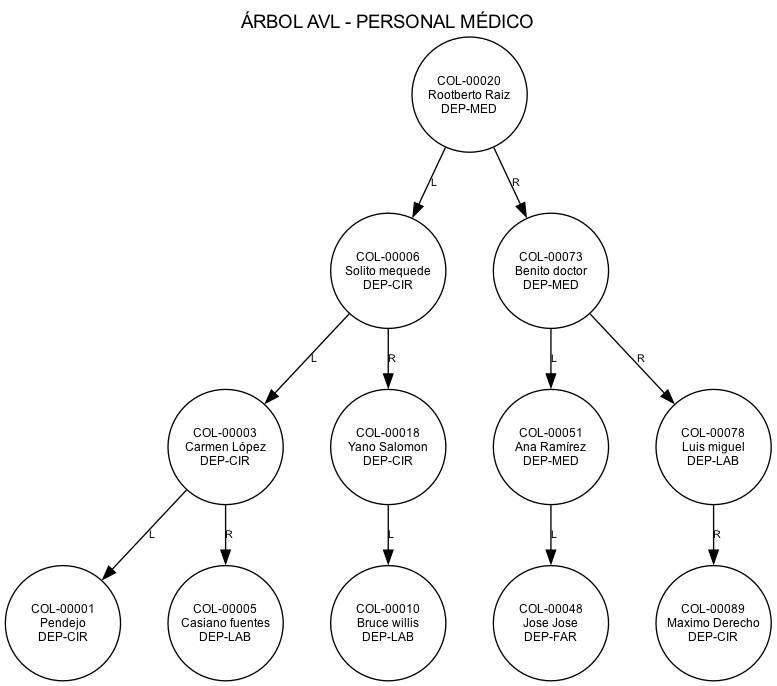
The Graphviz diagram EDD_Proyecto1_Fase2/Imagenes/reporte_personal_avl.png in Wicho45/EDD_1S2026_PY_202300727, before a commit. Its source is kept beside it as EDD_Proyecto1_Fase2/Imagenes/reporte_personal_avl.dot.
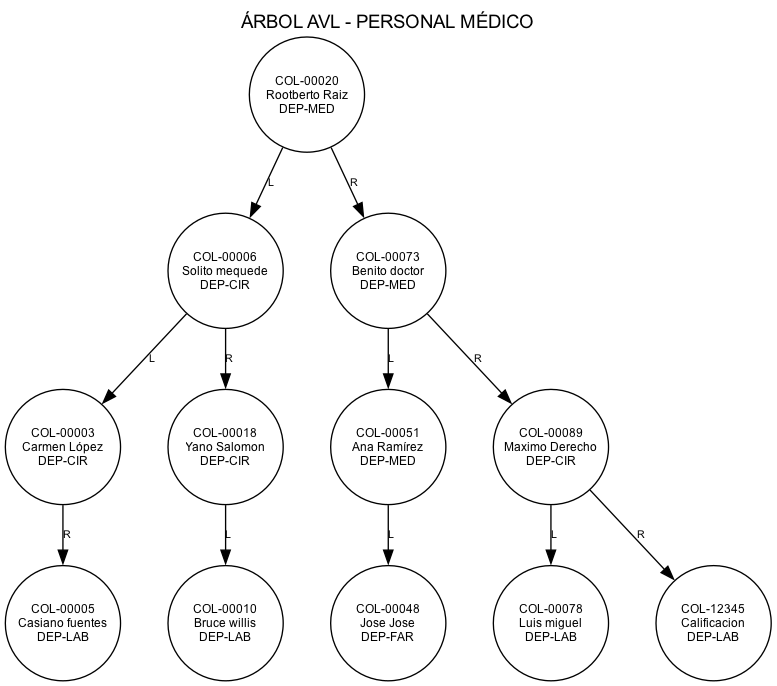
The same file after the commit.

The edit, as a diff of the source:
```diff
@@ -5,51 +5,51 @@
     label="ÁRBOL AVL - PERSONAL MÉDICO";
     labelloc="t";
 
-    "ModeloUsuarioHASH0xa0362f108" [label="COL-00020
+    "ModeloUsuarioHASH0xc5faec258" [label="COL-00020
 Rootberto Raiz
 DEP-MED"];
-    "ModeloUsuarioHASH0xa0362f108" -> "ModeloUsuarioHASH0xa0362e438" [label="L"];
-    "ModeloUsuarioHASH0xa0362e438" [label="COL-00006
+    "ModeloUsuarioHASH0xc5faec258" -> "ModeloUsuarioHASH0xc5faed648" [label="L"];
+    "ModeloUsuarioHASH0xc5faed648" [label="COL-00006
 Solito mequede
 DEP-CIR"];
-    "ModeloUsuarioHASH0xa0362e438" -> "ModeloUsuarioHASH0xa0362f960" [label="L"];
-    "ModeloUsuarioHASH0xa0362f960" [label="COL-00003
+    "ModeloUsuarioHASH0xc5faed648" -> "ModeloUsuarioHASH0xc5faecb70" [label="L"];
+    "ModeloUsuarioHASH0xc5faecb70" [label="COL-00003
 Carmen López
 DEP-CIR"];
-    "ModeloUsuarioHASH0xa0362f960" -> "ModeloUsuarioHASH0xa0487b840" [label="L"];
-    "ModeloUsuarioHASH0xa0487b840" [label="COL-00001
-Pendejo
-DEP-CIR"];
-    "ModeloUsuarioHASH0xa0362f960" -> "ModeloUsuarioHASH0xa0362e390" [label="R"];
-    "ModeloUsuarioHASH0xa0362e390" [label="COL-00005
+    "ModeloUsuarioHASH0xc5faecb70" -> "ModeloUsuarioHASH0xc5faed570" [label="R"];
+    "ModeloUsuarioHASH0xc5faed570" [label="COL-00005
 Casiano fuentes
 DEP-LAB"];
-    "ModeloUsuarioHASH0xa0362e438" -> "ModeloUsuarioHASH0xa0362e9d8" [label="R"];
-    "ModeloUsuarioHASH0xa0362e9d8" [label="COL-00018
+    "ModeloUsuarioHASH0xc5faed648" -> "ModeloUsuarioHASH0xc5faedbe8" [label="R"];
+    "ModeloUsuarioHASH0xc5faedbe8" [label="COL-00018
 Yano Salomon
 DEP-CIR"];
-    "ModeloUsuarioHASH0xa0362e9d8" -> "ModeloUsuarioHASH0xa04868930" [label="L"];
-    "ModeloUsuarioHASH0xa04868930" [label="COL-00010
+    "ModeloUsuarioHASH0xc5faedbe8" -> "ModeloUsuarioHASH0xc5f453a80" [label="L"];
+    "ModeloUsuarioHASH0xc5f453a80" [label="COL-00010
 Bruce willis
 DEP-LAB"];
-    "ModeloUsuarioHASH0xa0362f108" -> "ModeloUsuarioHASH0xa0362faf8" [label="R"];
-    "ModeloUsuarioHASH0xa0362faf8" [label="COL-00073
+    "ModeloUsuarioHASH0xc5faec258" -> "ModeloUsuarioHASH0xc5faecc30" [label="R"];
+    "ModeloUsuarioHASH0xc5faecc30" [label="COL-00073
 Benito doctor
 DEP-MED"];
-    "ModeloUsuarioHASH0xa0362faf8" -> "ModeloUsuarioHASH0xa03ff7588" [label="L"];
-    "ModeloUsuarioHASH0xa03ff7588" [label="COL-00051
+    "ModeloUsuarioHASH0xc5faecc30" -> "ModeloUsuarioHASH0xc60ccf6f0" [label="L"];
+    "ModeloUsuarioHASH0xc60ccf6f0" [label="COL-00051
 Ana Ramírez
 DEP-MED"];
-    "ModeloUsuarioHASH0xa03ff7588" -> "ModeloUsuarioHASH0xa04868378" [label="L"];
-    "ModeloUsuarioHASH0xa04868378" [label="COL-00048
+    "ModeloUsuarioHASH0xc60ccf6f0" -> "ModeloUsuarioHASH0xc5f4534c8" [label="L"];
+    "ModeloUsuarioHASH0xc5f4534c8" [label="COL-00048
 Jose Jose
 DEP-FAR"];
-    "ModeloUsuarioHASH0xa0362faf8" -> "ModeloUsuarioHASH0xa0362ffc0" [label="R"];
-    "ModeloUsuarioHASH0xa0362ffc0" [label="COL-00078
+    "ModeloUsuarioHASH0xc5faecc30" -> "ModeloUsuarioHASH0xc5faeda38" [label="R"];
+    "ModeloUsuarioHASH0xc5faeda38" [label="COL-00089
+Maximo Derecho
+DEP-CIR"];
+    "ModeloUsuarioHASH0xc5faeda38" -> "ModeloUsuarioHASH0xc5faed138" [label="L"];
+    "ModeloUsuarioHASH0xc5faed138" [label="COL-00078
 Luis miguel
 DEP-LAB"];
-    "ModeloUsuarioHASH0xa0362ffc0" -> "ModeloUsuarioHASH0xa0362e8d0" [label="R"];
-    "ModeloUsuarioHASH0xa0362e8d0" [label="COL-00089
-Maximo Derecho
-DEP-CIR"];
+    "ModeloUsuarioHASH0xc5faeda38" -> "ModeloUsuarioHASH0xc5f5c69f0" [label="R"];
+    "ModeloUsuarioHASH0xc5f5c69f0" [label="COL-12345
+Calificacion
+DEP-LAB"];
 }
```
